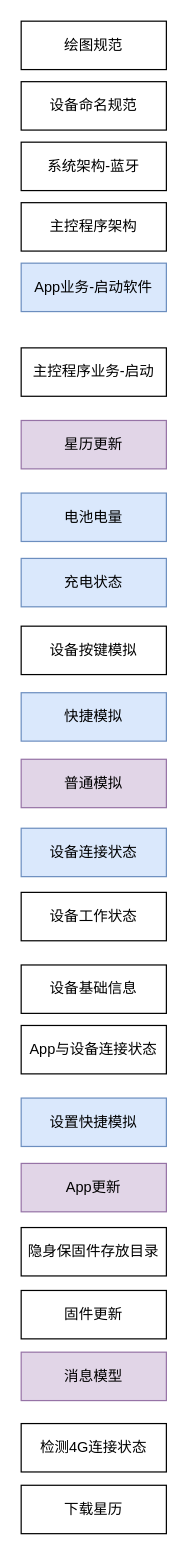
Before: page "目录" (3 of 27) of 隐身保arm版-业务流程-V1.0-20221028-1.drawio in kyphoon/ysb_drawio_tree, a draw.io diagram. Source tidied: cells renumbered, new cells numbered last; positions are measured from the earlier drawing's top-left corner, leaving out a move shared by most shapes. Both pictures are drawn from the tidied source at 121%, with x=0, y=0 at pixel (21, 21).
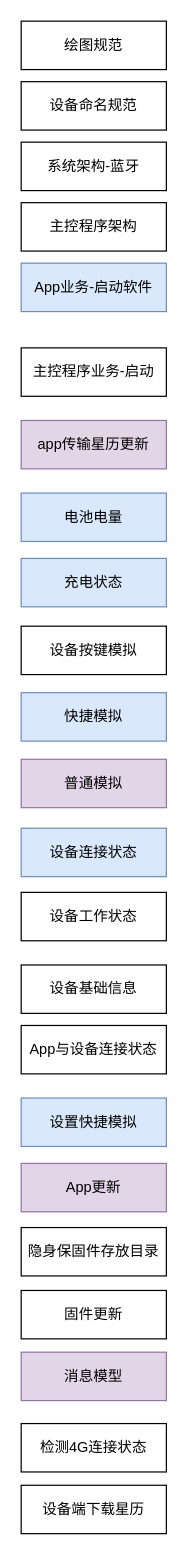
The same page after the edit.

What changed in the source:
```diff
@@
-    <mxCell id="14" value="星历更新" style="rounded=0;whiteSpace=wrap;html=1;fillColor=#e1d5e7;strokeColor=#9673a6;" parent="1" vertex="1">
+    <mxCell id="14" value="app传输星历更新" style="rounded=0;whiteSpace=wrap;html=1;fillColor=#e1d5e7;strokeColor=#9673a6;" parent="1" vertex="1">
       <mxGeometry y="330" width="120" height="40" as="geometry" />
     </mxCell>
@@
-    <mxCell id="23" value="下载星历" style="rounded=0;whiteSpace=wrap;html=1;" parent="1" vertex="1">
+    <mxCell id="23" value="设备端下载星历" style="rounded=0;whiteSpace=wrap;html=1;" parent="1" vertex="1">
       <mxGeometry y="1210" width="120" height="40" as="geometry" />
     </mxCell>
```
